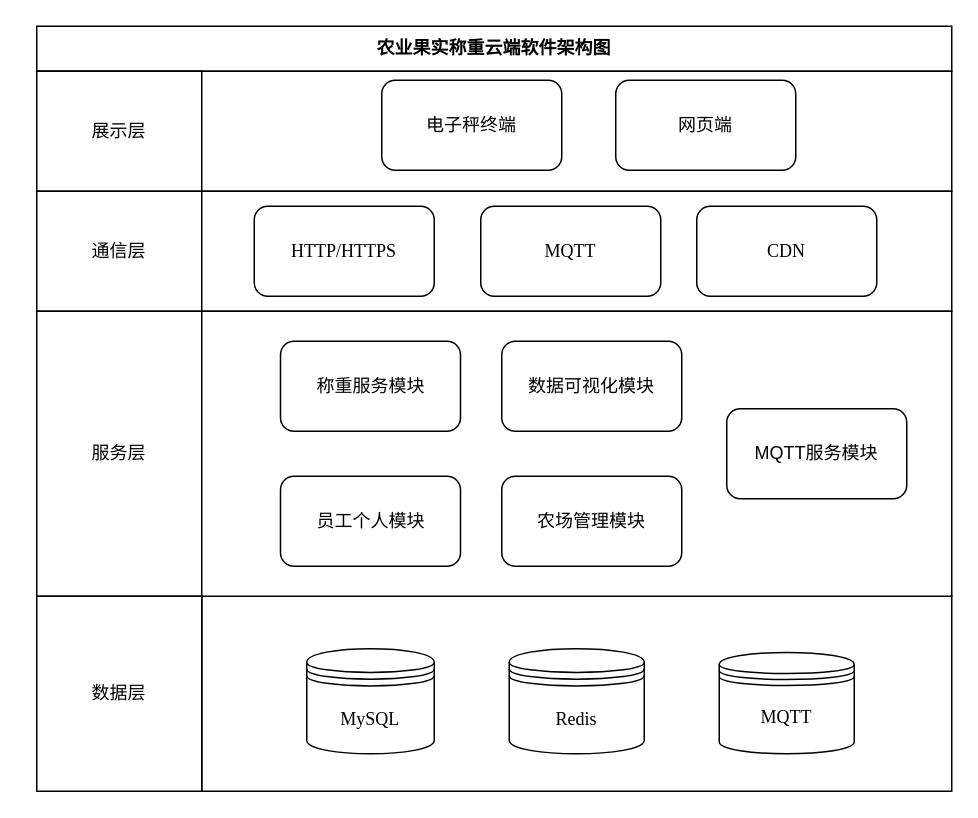
akynazh/aws keeps this draw.io diagram as design/软件分层架构图.dio. Above is the earlier version. Source tidied: cells renumbered, new cells numbered last; positions are measured from the earlier drawing's top-left corner, leaving out a move shared by most shapes. Both pictures are drawn from the tidied source at 150%, with x=0, y=0 at pixel (36, 26).
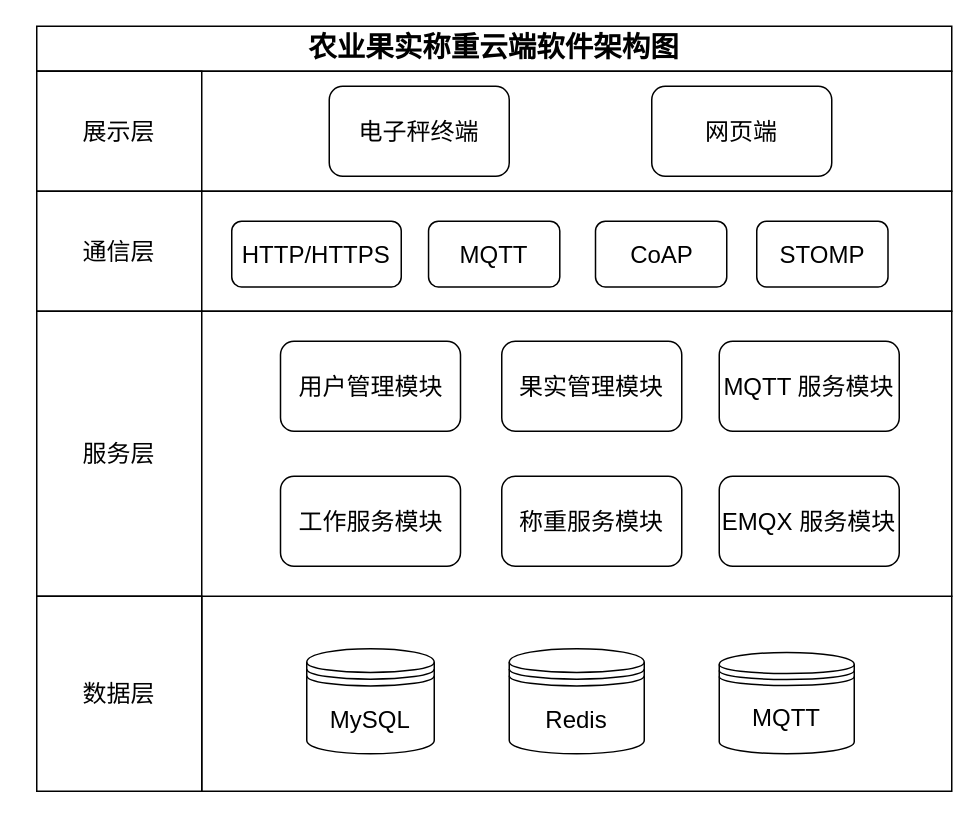
The same diagram, later.

Diff of the diagram source:
```diff
@@
-    <mxCell id="2" style="rounded=0;whiteSpace=wrap;html=1;" parent="1" vertex="1">
+    <mxCell id="2" style="rounded=0;whiteSpace=wrap;html=1;fontFamily=Songti SC;fontSize=16;" parent="1" vertex="1">
       <mxGeometry x="110" y="380" width="500" height="130" as="geometry" />
     </mxCell>
-    <mxCell id="3" value="&lt;span style=&quot;font-weight: 700;&quot;&gt;农业果实称重云端软件架构图&lt;/span&gt;" style="rounded=0;whiteSpace=wrap;html=1;fontFamily=Songti SC;" parent="1" vertex="1">
+    <mxCell id="3" value="&lt;span style=&quot;font-weight: 700;&quot;&gt;&lt;font style=&quot;font-size: 19px;&quot;&gt;农业果实称重云端软件架构图&lt;/font&gt;&lt;/span&gt;" style="rounded=0;whiteSpace=wrap;html=1;fontFamily=Songti SC;fontSize=16;" parent="1" vertex="1">
       <mxGeometry width="610" height="30" as="geometry" />
     </mxCell>
-    <mxCell id="4" style="rounded=0;whiteSpace=wrap;html=1;fontFamily=Songti SC;" parent="1" vertex="1">
+    <mxCell id="4" style="rounded=0;whiteSpace=wrap;html=1;fontFamily=Songti SC;fontSize=16;" parent="1" vertex="1">
       <mxGeometry y="30" width="610" height="80" as="geometry" />
     </mxCell>
-    <mxCell id="5" value="&lt;font&gt;展示层&lt;/font&gt;" style="rounded=0;whiteSpace=wrap;html=1;fontFamily=Songti SC;" parent="1" vertex="1">
+    <mxCell id="5" value="&lt;font&gt;展示层&lt;/font&gt;" style="rounded=0;whiteSpace=wrap;html=1;fontFamily=Songti SC;fontSize=16;" parent="1" vertex="1">
       <mxGeometry y="30" width="110" height="80" as="geometry" />
     </mxCell>
-    <mxCell id="6" value="电子秤终端" style="rounded=1;whiteSpace=wrap;html=1;fontFamily=Songti SC;" parent="1" vertex="1">
-      <mxGeometry x="230" y="36" width="120" height="60" as="geometry" />
+    <mxCell id="6" value="电子秤终端" style="rounded=1;whiteSpace=wrap;html=1;fontFamily=Songti SC;fontSize=16;" parent="1" vertex="1">
+      <mxGeometry x="195" y="40" width="120" height="60" as="geometry" />
     </mxCell>
-    <mxCell id="7" value="网页端" style="rounded=1;whiteSpace=wrap;html=1;fontFamily=Songti SC;" parent="1" vertex="1">
-      <mxGeometry x="386" y="36" width="120" height="60" as="geometry" />
+    <mxCell id="7" value="网页端" style="rounded=1;whiteSpace=wrap;html=1;fontFamily=Songti SC;fontSize=16;" parent="1" vertex="1">
+      <mxGeometry x="410" y="40" width="120" height="60" as="geometry" />
     </mxCell>
-    <mxCell id="8" value="通信层" style="rounded=0;whiteSpace=wrap;html=1;fontFamily=Songti SC;" parent="1" vertex="1">
+    <mxCell id="8" value="通信层" style="rounded=0;whiteSpace=wrap;html=1;fontFamily=Songti SC;fontSize=16;" parent="1" vertex="1">
       <mxGeometry y="110" width="110" height="80" as="geometry" />
     </mxCell>
-    <mxCell id="9" style="rounded=0;whiteSpace=wrap;html=1;fontFamily=Songti SC;" parent="1" vertex="1">
+    <mxCell id="9" style="rounded=0;whiteSpace=wrap;html=1;fontFamily=Songti SC;fontSize=16;" parent="1" vertex="1">
       <mxGeometry x="110" y="110" width="500" height="80" as="geometry" />
     </mxCell>
-    <mxCell id="10" value="&lt;font face=&quot;Times New Roman&quot;&gt;HTTP/HTTPS&lt;/font&gt;" style="rounded=1;whiteSpace=wrap;html=1;fontFamily=Songti SC;" parent="1" vertex="1">
-      <mxGeometry x="145" y="120" width="120" height="60" as="geometry" />
+    <mxCell id="10" value="&lt;font&gt;HTTP/HTTPS&lt;/font&gt;" style="rounded=1;whiteSpace=wrap;html=1;fontFamily=Songti SC;fontSize=16;" parent="1" vertex="1">
+      <mxGeometry x="130" y="130" width="113" height="43.8" as="geometry" />
     </mxCell>
-    <mxCell id="11" value="服务层" style="rounded=0;whiteSpace=wrap;html=1;fontFamily=Songti SC;" parent="1" vertex="1">
+    <mxCell id="11" value="服务层" style="rounded=0;whiteSpace=wrap;html=1;fontFamily=Songti SC;fontSize=16;" parent="1" vertex="1">
       <mxGeometry y="190" width="110" height="190" as="geometry" />
     </mxCell>
-    <mxCell id="12" style="rounded=0;whiteSpace=wrap;html=1;fontFamily=Songti SC;" parent="1" vertex="1">
+    <mxCell id="12" style="rounded=0;whiteSpace=wrap;html=1;fontFamily=Songti SC;fontSize=16;" parent="1" vertex="1">
       <mxGeometry x="110" y="190" width="500" height="190" as="geometry" />
     </mxCell>
-    <mxCell id="13" value="称重服务模块" style="rounded=1;whiteSpace=wrap;html=1;fontFamily=Songti SC;" parent="1" vertex="1">
+    <mxCell id="13" value="用户管理模块" style="rounded=1;whiteSpace=wrap;html=1;fontFamily=Songti SC;fontSize=16;" parent="1" vertex="1">
       <mxGeometry x="162.5" y="210" width="120" height="60" as="geometry" />
     </mxCell>
-    <mxCell id="14" value="数据可视化模块" style="rounded=1;whiteSpace=wrap;html=1;fontFamily=Songti SC;" parent="1" vertex="1">
+    <mxCell id="14" value="果实管理模块" style="rounded=1;whiteSpace=wrap;html=1;fontFamily=Songti SC;fontSize=16;" parent="1" vertex="1">
       <mxGeometry x="310" y="210" width="120" height="60" as="geometry" />
     </mxCell>
-    <mxCell id="15" value="农场管理模块" style="rounded=1;whiteSpace=wrap;html=1;fontFamily=Songti SC;" parent="1" vertex="1">
+    <mxCell id="15" value="称重服务模块" style="rounded=1;whiteSpace=wrap;html=1;fontFamily=Songti SC;fontSize=16;" parent="1" vertex="1">
       <mxGeometry x="310" y="300" width="120" height="60" as="geometry" />
     </mxCell>
-    <mxCell id="16" style="edgeStyle=none;html=1;" parent="1" edge="1" source="17">
+    <mxCell id="16" style="edgeStyle=none;html=1;fontFamily=Songti SC;fontSize=16;" parent="1" edge="1" source="17">
       <mxGeometry relative="1" as="geometry">
         <mxPoint y="470.1" as="targetPoint" />
       </mxGeometry>
     </mxCell>
-    <mxCell id="17" value="数据层" style="rounded=0;whiteSpace=wrap;html=1;fontFamily=Songti SC;" parent="1" vertex="1">
+    <mxCell id="17" value="数据层" style="rounded=0;whiteSpace=wrap;html=1;fontFamily=Songti SC;fontSize=16;" parent="1" vertex="1">
       <mxGeometry y="380" width="110" height="130" as="geometry" />
     </mxCell>
-    <mxCell id="18" value="&lt;font face=&quot;Times New Roman&quot;&gt;MySQL&lt;/font&gt;" style="shape=datastore;whiteSpace=wrap;html=1;fontFamily=Songti SC;" parent="1" vertex="1">
+    <mxCell id="18" value="&lt;font&gt;MySQL&lt;/font&gt;" style="shape=datastore;whiteSpace=wrap;html=1;fontFamily=Songti SC;fontSize=16;" parent="1" vertex="1">
       <mxGeometry x="180" y="415" width="85" height="70" as="geometry" />
     </mxCell>
-    <mxCell id="19" value="&lt;font face=&quot;Times New Roman&quot;&gt;Redis&lt;/font&gt;" style="shape=datastore;whiteSpace=wrap;html=1;fontFamily=Songti SC;" parent="1" vertex="1">
+    <mxCell id="19" value="&lt;font&gt;Redis&lt;/font&gt;" style="shape=datastore;whiteSpace=wrap;html=1;fontFamily=Songti SC;fontSize=16;" parent="1" vertex="1">
       <mxGeometry x="315" y="415" width="90" height="70" as="geometry" />
     </mxCell>
-    <mxCell id="20" value="&lt;font face=&quot;Times New Roman&quot;&gt;MQTT&lt;/font&gt;" style="shape=datastore;whiteSpace=wrap;html=1;fontFamily=Songti SC;" parent="1" vertex="1">
+    <mxCell id="20" value="&lt;font&gt;MQTT&lt;/font&gt;" style="shape=datastore;whiteSpace=wrap;html=1;fontFamily=Songti SC;fontSize=16;" parent="1" vertex="1">
       <mxGeometry x="455" y="417.5" width="90" height="67.5" as="geometry" />
     </mxCell>
-    <mxCell id="21" value="员工个人模块" style="rounded=1;whiteSpace=wrap;html=1;fontFamily=Songti SC;" parent="1" vertex="1">
+    <mxCell id="21" value="工作服务模块" style="rounded=1;whiteSpace=wrap;html=1;fontFamily=Songti SC;fontSize=16;" parent="1" vertex="1">
       <mxGeometry x="162.5" y="300" width="120" height="60" as="geometry" />
     </mxCell>
-    <mxCell id="22" value="&lt;font face=&quot;Times New Roman&quot;&gt;MQTT&lt;/font&gt;" style="rounded=1;whiteSpace=wrap;html=1;fontFamily=Songti SC;" parent="1" vertex="1">
-      <mxGeometry x="296" y="120" width="120" height="60" as="geometry" />
+    <mxCell id="22" value="&lt;font&gt;MQTT&lt;/font&gt;" style="rounded=1;whiteSpace=wrap;html=1;fontFamily=Songti SC;fontSize=16;" parent="1" vertex="1">
+      <mxGeometry x="261.2" y="130" width="87.5" height="43.8" as="geometry" />
     </mxCell>
-    <mxCell id="23" value="&lt;font face=&quot;Times New Roman&quot;&gt;CDN&lt;/font&gt;" style="rounded=1;whiteSpace=wrap;html=1;fontFamily=Songti SC;" parent="1" vertex="1">
-      <mxGeometry x="440" y="120" width="120" height="60" as="geometry" />
+    <mxCell id="23" value="&lt;font&gt;CoAP&lt;/font&gt;" style="rounded=1;whiteSpace=wrap;html=1;fontFamily=Songti SC;fontSize=16;" parent="1" vertex="1">
+      <mxGeometry x="372.5" y="130" width="87.5" height="43.8" as="geometry" />
     </mxCell>
-    <mxCell id="24" value="&lt;font face=&quot;Songti SC&quot;&gt;MQTT服务模块&lt;/font&gt;" style="rounded=1;whiteSpace=wrap;html=1;" parent="1" vertex="1">
-      <mxGeometry x="460" y="255" width="120" height="60" as="geometry" />
+    <mxCell id="24" value="&lt;font&gt;MQTT 服务模块&lt;/font&gt;" style="rounded=1;whiteSpace=wrap;html=1;fontFamily=Songti SC;fontSize=16;" parent="1" vertex="1">
+      <mxGeometry x="455" y="210" width="120" height="60" as="geometry" />
     </mxCell>
+    <mxCell id="25" value="&lt;font&gt;STOMP&lt;/font&gt;" style="rounded=1;whiteSpace=wrap;html=1;fontFamily=Songti SC;fontSize=16;" parent="1" vertex="1">
+      <mxGeometry x="480" y="130" width="87.5" height="43.8" as="geometry" />
+    </mxCell>
+    <mxCell id="26" value="&lt;font&gt;EMQX 服务模块&lt;/font&gt;" style="rounded=1;whiteSpace=wrap;html=1;fontFamily=Songti SC;fontSize=16;" parent="1" vertex="1">
+      <mxGeometry x="455" y="300" width="120" height="60" as="geometry" />
+    </mxCell>
```
